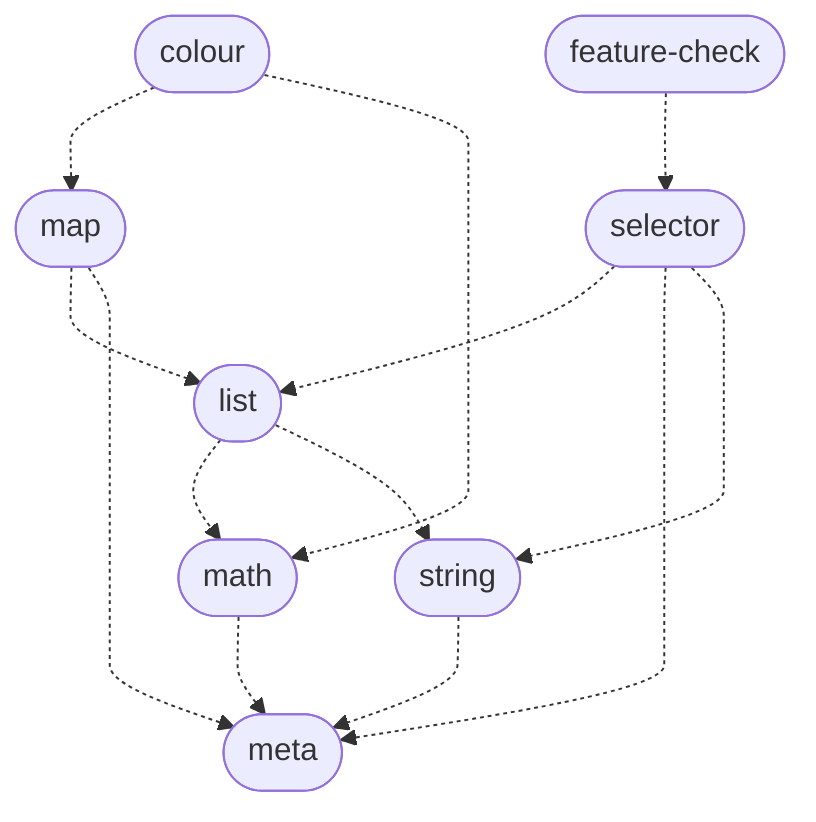
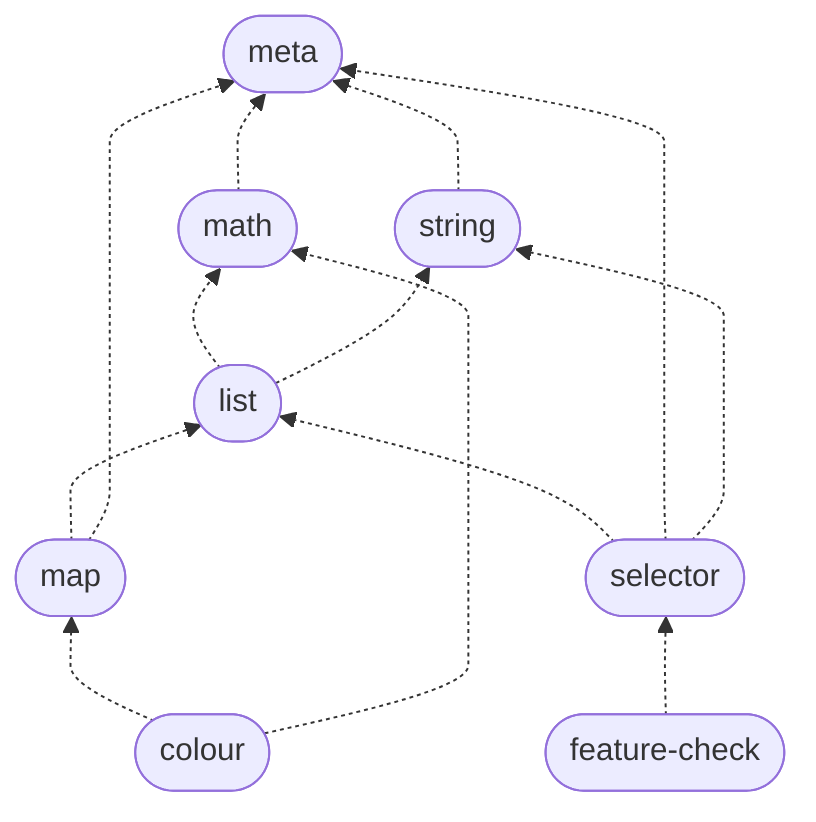
---
config:
  flowchart:
    curve: monotoneY
---
- flowchart TB
+ flowchart BT
	Colour([colour])
	FeatureCheck([feature-check])
	List([list])
	Map([map])
	Math([math])
	Meta([meta])
	Selector([selector])
	String([string])

    %% from dependents to their dependencies
    String -.-> Meta
    Math -.-> Meta
    List -.-> Math & String
    Map -.-> List & Meta
    Colour -.-> Map & Math
    Selector -.-> List & Meta & String
    FeatureCheck -.-> Selector